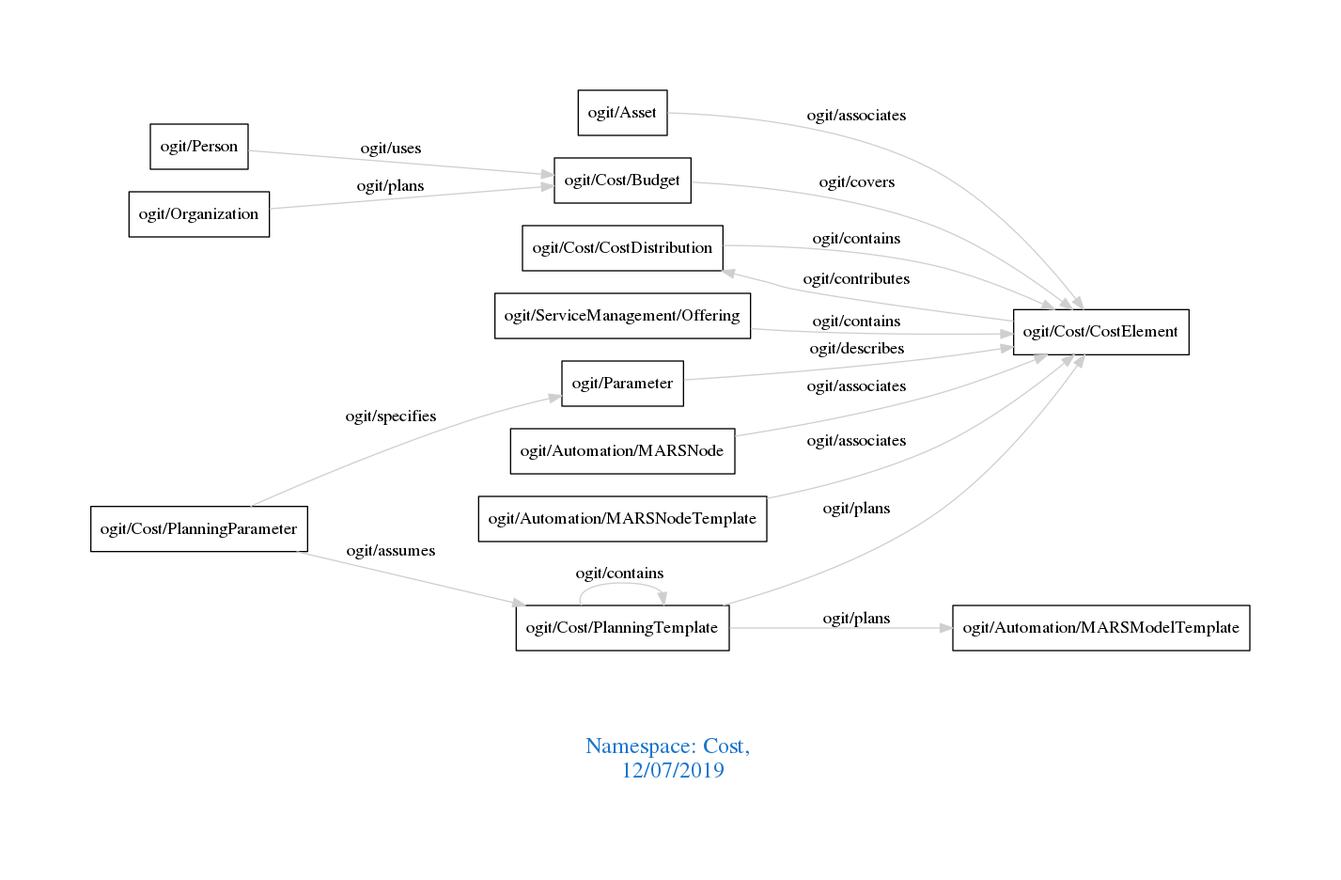
Earlier version of the Graphviz export downloads/Cost.png (arago/OGIT). Its source is kept beside it as downloads/Cost.dot.
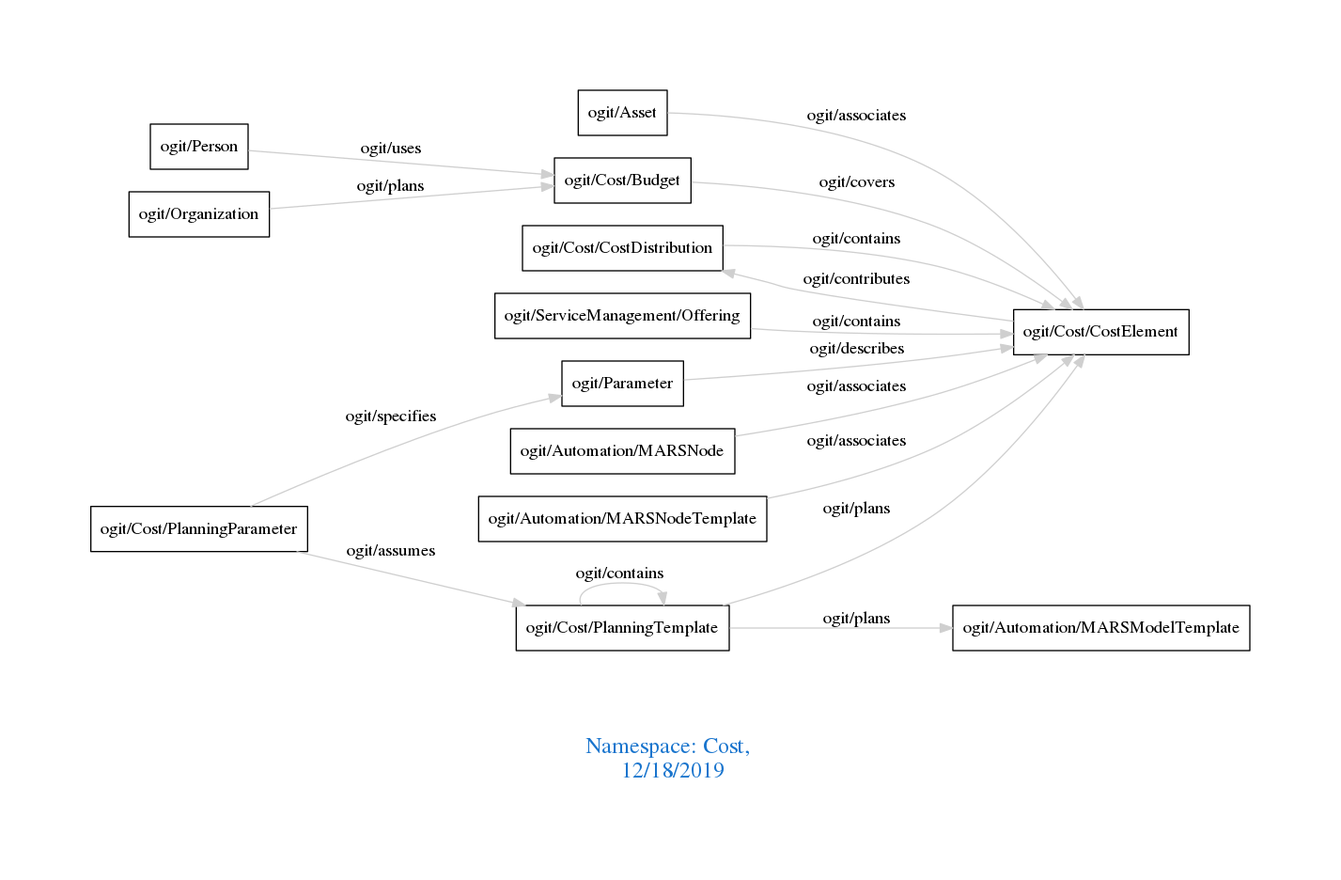
After the commit.

The edit, as a diff of the source:
```diff
@@ -1,7 +1,7 @@
 digraph OGIT_ontology {
  graph [ rankdir= LR,pad=1
 fontsize = 18,
-fontcolor= dodgerblue3,label = "\n\n\nNamespace: Cost, \n 12/07/2019"];
+fontcolor= dodgerblue3,label = "\n\n\nNamespace: Cost, \n 12/18/2019"];
 node[shape=polygon];
 edge [  color="gray81"];
 
```
